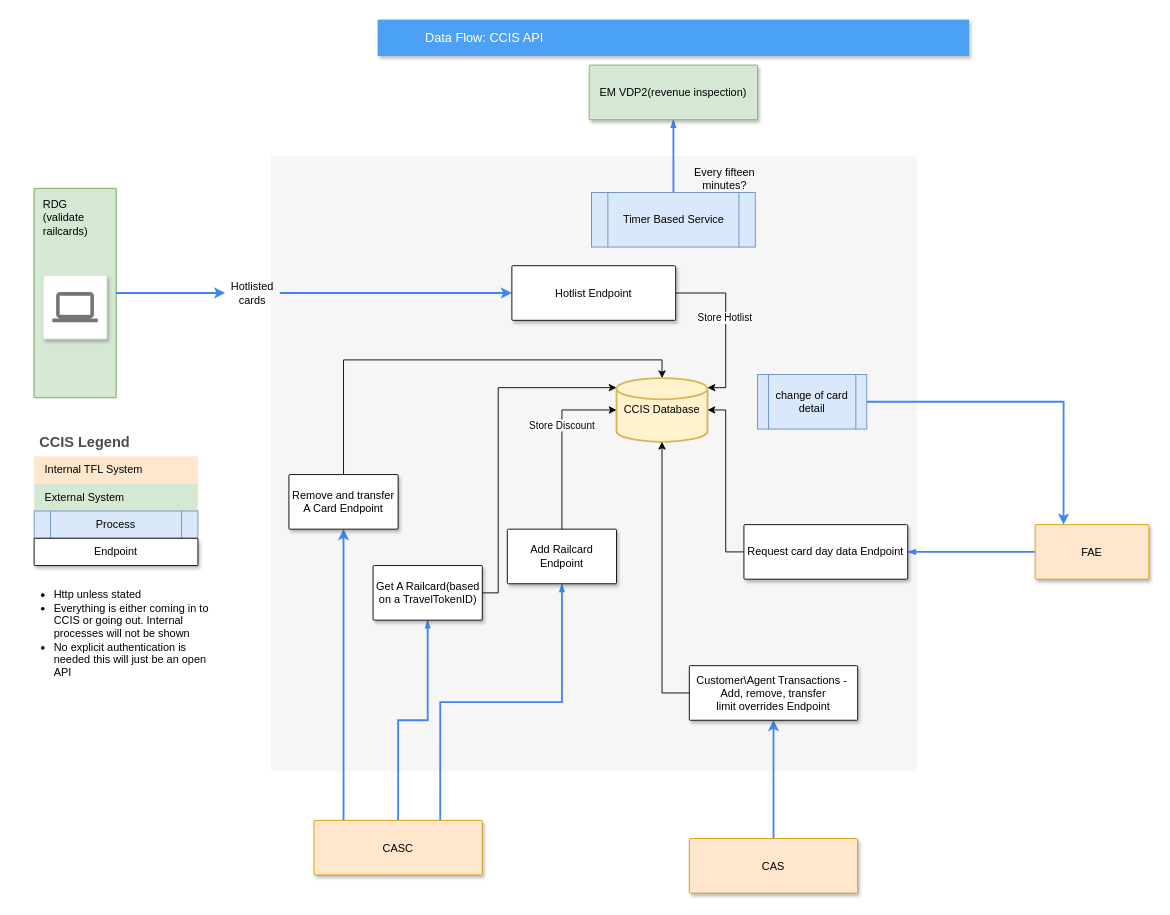
Above: CCIS-API.drawio in mattwatts36/drawings (draw.io), before the change. Source tidied: cells renumbered, new cells numbered last; positions are measured from the earlier drawing's top-left corner, leaving out a move shared by most shapes. Both pictures are drawn from the tidied source at 91%, with x=0, y=0 at pixel (15, 19).
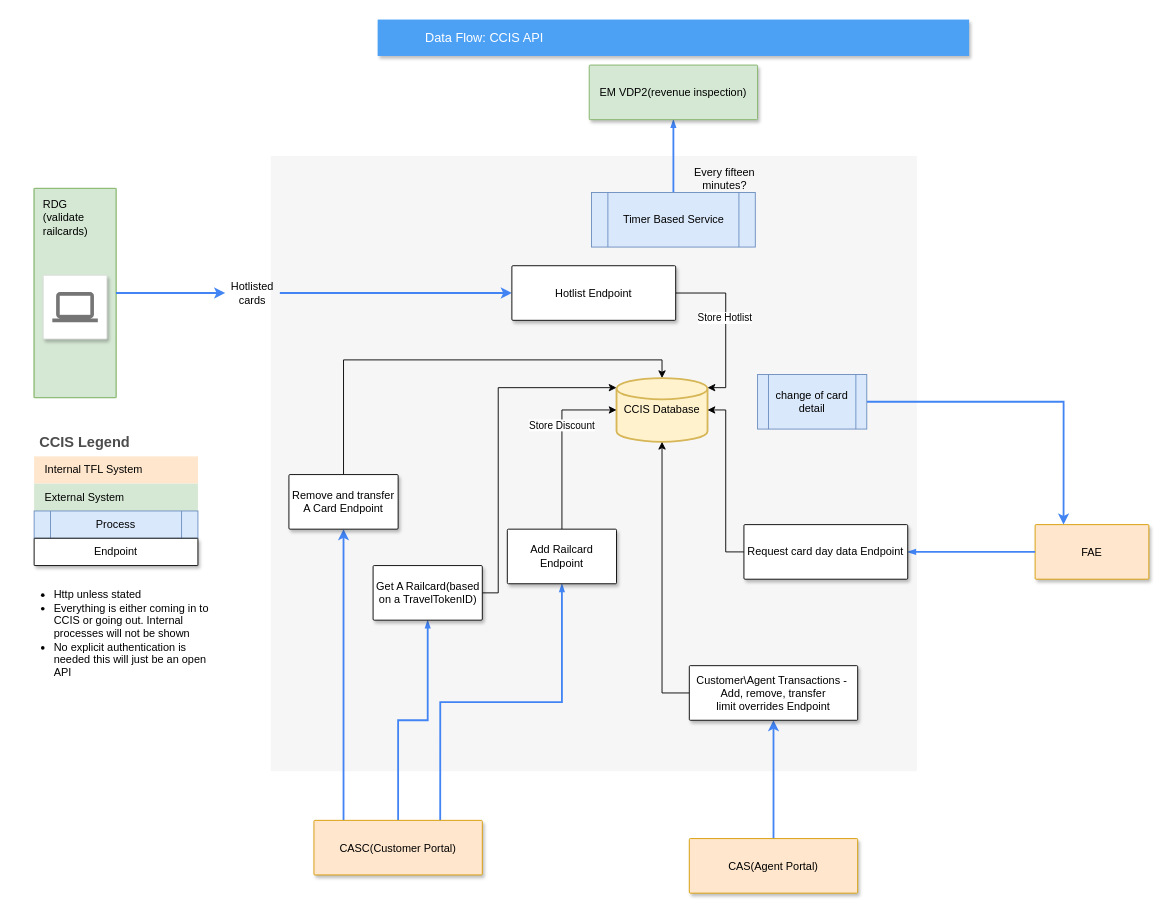
After the change.

Diff of the diagram source:
```diff
@@
-    <mxCell id="10" value="CASC" style="strokeColor=#d79b00;shadow=1;strokeWidth=1;rounded=1;absoluteArcSize=1;arcSize=2;fillColor=#ffe6cc;" parent="1" vertex="1">
+    <mxCell id="10" value="CASC(Customer Portal)" style="strokeColor=#d79b00;shadow=1;strokeWidth=1;rounded=1;absoluteArcSize=1;arcSize=2;fillColor=#ffe6cc;" parent="1" vertex="1">
       <mxGeometry x="327.5" y="880" width="185" height="60" as="geometry" />
     </mxCell>
@@
-    <mxCell id="33" value="CAS" style="strokeColor=#d79b00;shadow=1;strokeWidth=1;rounded=1;absoluteArcSize=1;arcSize=2;fillColor=#ffe6cc;" parent="1" vertex="1">
+    <mxCell id="33" value="CAS(Agent Portal)" style="strokeColor=#d79b00;shadow=1;strokeWidth=1;rounded=1;absoluteArcSize=1;arcSize=2;fillColor=#ffe6cc;" parent="1" vertex="1">
       <mxGeometry x="740" y="900" width="185" height="60" as="geometry" />
     </mxCell>
```
